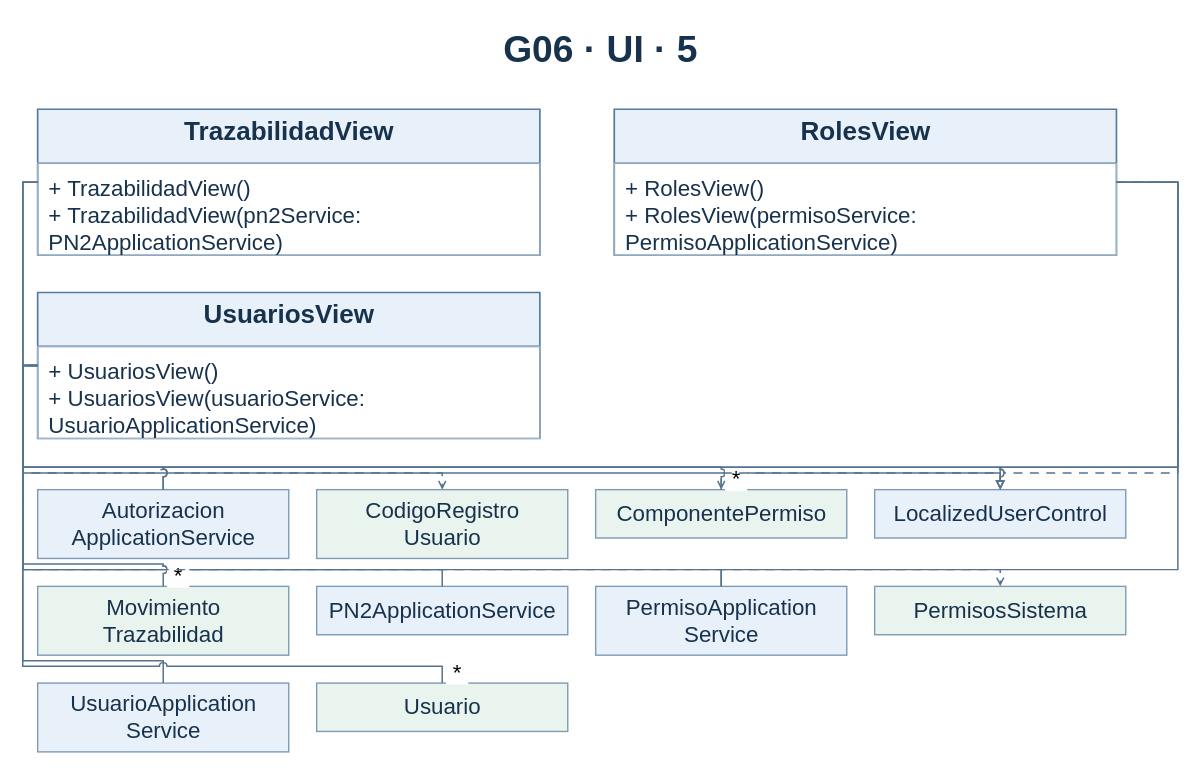
This is page "UI 5" (6 of 29) of Diagramas/Arquitectura/G06 - Clases completas por capa.drawio from juanNH/Ingenieria-de-Software, a draw.io file, before an edit. Source tidied: cells renumbered, new cells numbered last; positions are measured from the earlier drawing's top-left corner, leaving out a move shared by most shapes. Both pictures are drawn from the tidied source at 93%, with x=0, y=0 at pixel (19, 16).
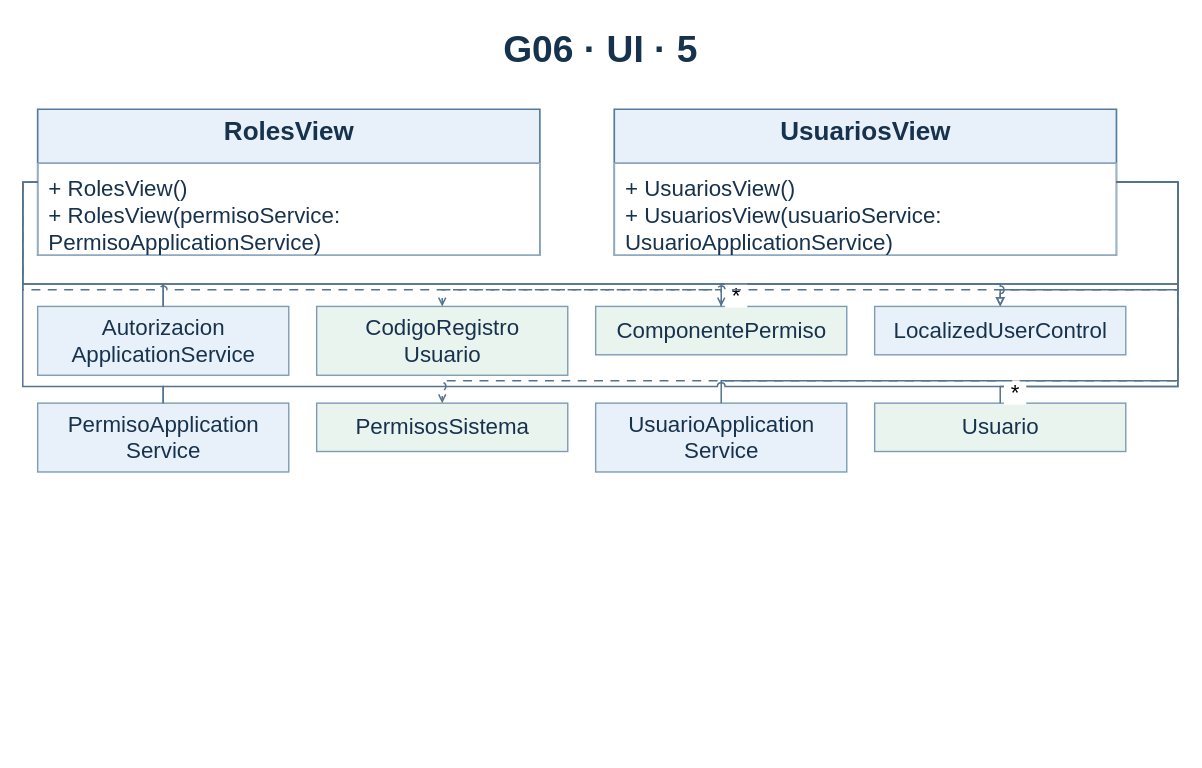
The same page after the edit.

Change to the diagram source:
```diff
@@
-    <mxCell id="3" value="TrazabilidadView" style="swimlane;horizontal=1;startSize=58;html=1;whiteSpace=nowrap;fontFamily=Arial;fontSize=28;fontStyle=1;fontColor=#17324D;strokeColor=#557B9C;strokeWidth=1.8;fillColor=#E8F1FA;swimlaneFillColor=#FFFFFF;align=center;verticalAlign=top;" parent="1" vertex="1">
-      <mxGeometry x="20" y="100" width="540" height="157" as="geometry" />
-    </mxCell>
-    <mxCell id="4" value="+ TrazabilidadView()&lt;br/&gt;+ TrazabilidadView(pn2Service:&lt;br/&gt;PN2ApplicationService)" style="text;strokeColor=#A7BACB;strokeWidth=1;fillColor=none;align=left;verticalAlign=top;spacingLeft=10;spacingRight=10;spacingTop=7;html=1;whiteSpace=nowrap;overflow=visible;fontFamily=Arial;fontSize=24;fontColor=#17324D;" parent="3" vertex="1">
-      <mxGeometry y="58" width="540" height="99" as="geometry" />
-    </mxCell>
     <mxCell id="5" value="RolesView" style="swimlane;horizontal=1;startSize=58;html=1;whiteSpace=nowrap;fontFamily=Arial;fontSize=28;fontStyle=1;fontColor=#17324D;strokeColor=#557B9C;strokeWidth=1.8;fillColor=#E8F1FA;swimlaneFillColor=#FFFFFF;align=center;verticalAlign=top;" parent="1" vertex="1">
-      <mxGeometry x="640" y="100" width="540" height="157" as="geometry" />
+      <mxGeometry x="20" y="100" width="540" height="157" as="geometry" />
     </mxCell>
@@
     <mxCell id="7" value="UsuariosView" style="swimlane;horizontal=1;startSize=58;html=1;whiteSpace=nowrap;fontFamily=Arial;fontSize=28;fontStyle=1;fontColor=#17324D;strokeColor=#557B9C;strokeWidth=1.8;fillColor=#E8F1FA;swimlaneFillColor=#FFFFFF;align=center;verticalAlign=top;" parent="1" vertex="1">
-      <mxGeometry x="20" y="297" width="540" height="157" as="geometry" />
+      <mxGeometry x="640" y="100" width="540" height="157" as="geometry" />
     </mxCell>
@@
     <mxCell id="9" value="Autorizacion&lt;br/&gt;ApplicationService" style="rounded=0;whiteSpace=nowrap;html=1;fontFamily=Arial;fontSize=24;fontColor=#17324D;strokeColor=#7E9BB3;strokeWidth=1.5;fillColor=#E8F1FA;align=center;verticalAlign=middle;spacing=8;" parent="1" vertex="1">
-      <mxGeometry x="20" y="509" width="270" height="74" as="geometry" />
+      <mxGeometry x="20" y="312" width="270" height="74" as="geometry" />
     </mxCell>
     <mxCell id="10" value="CodigoRegistro&lt;br/&gt;Usuario" style="rounded=0;whiteSpace=nowrap;html=1;fontFamily=Arial;fontSize=24;fontColor=#17324D;strokeColor=#7E9BB3;strokeWidth=1.5;fillColor=#EAF4EF;align=center;verticalAlign=middle;spacing=8;" parent="1" vertex="1">
-      <mxGeometry x="320" y="509" width="270" height="74" as="geometry" />
+      <mxGeometry x="320" y="312" width="270" height="74" as="geometry" />
     </mxCell>
     <mxCell id="11" value="ComponentePermiso" style="rounded=0;whiteSpace=nowrap;html=1;fontFamily=Arial;fontSize=24;fontColor=#17324D;strokeColor=#7E9BB3;strokeWidth=1.5;fillColor=#EAF4EF;align=center;verticalAlign=middle;spacing=8;" parent="1" vertex="1">
-      <mxGeometry x="620" y="509" width="270" height="52" as="geometry" />
+      <mxGeometry x="620" y="312" width="270" height="52" as="geometry" />
     </mxCell>
     <mxCell id="12" value="LocalizedUserControl" style="rounded=0;whiteSpace=nowrap;html=1;fontFamily=Arial;fontSize=24;fontColor=#17324D;strokeColor=#7E9BB3;strokeWidth=1.5;fillColor=#E8F1FA;align=center;verticalAlign=middle;spacing=8;" parent="1" vertex="1">
-      <mxGeometry x="920" y="509" width="270" height="52" as="geometry" />
+      <mxGeometry x="920" y="312" width="270" height="52" as="geometry" />
     </mxCell>
-    <mxCell id="13" value="Movimiento&lt;br/&gt;Trazabilidad" style="rounded=0;whiteSpace=nowrap;html=1;fontFamily=Arial;fontSize=24;fontColor=#17324D;strokeColor=#7E9BB3;strokeWidth=1.5;fillColor=#EAF4EF;align=center;verticalAlign=middle;spacing=8;" parent="1" vertex="1">
-      <mxGeometry x="20" y="613" width="270" height="74" as="geometry" />
-    </mxCell>
-    <mxCell id="14" value="PN2ApplicationService" style="rounded=0;whiteSpace=nowrap;html=1;fontFamily=Arial;fontSize=24;fontColor=#17324D;strokeColor=#7E9BB3;strokeWidth=1.5;fillColor=#E8F1FA;align=center;verticalAlign=middle;spacing=8;" parent="1" vertex="1">
-      <mxGeometry x="320" y="613" width="270" height="52" as="geometry" />
-    </mxCell>
     <mxCell id="15" value="PermisoApplication&lt;br/&gt;Service" style="rounded=0;whiteSpace=nowrap;html=1;fontFamily=Arial;fontSize=24;fontColor=#17324D;strokeColor=#7E9BB3;strokeWidth=1.5;fillColor=#E8F1FA;align=center;verticalAlign=middle;spacing=8;" parent="1" vertex="1">
-      <mxGeometry x="620" y="613" width="270" height="74" as="geometry" />
+      <mxGeometry x="20" y="416" width="270" height="74" as="geometry" />
     </mxCell>
     <mxCell id="16" value="PermisosSistema" style="rounded=0;whiteSpace=nowrap;html=1;fontFamily=Arial;fontSize=24;fontColor=#17324D;strokeColor=#7E9BB3;strokeWidth=1.5;fillColor=#EAF4EF;align=center;verticalAlign=middle;spacing=8;" parent="1" vertex="1">
-      <mxGeometry x="920" y="613" width="270" height="52" as="geometry" />
+      <mxGeometry x="320" y="416" width="270" height="52" as="geometry" />
     </mxCell>
     <mxCell id="17" value="UsuarioApplication&lt;br/&gt;Service" style="rounded=0;whiteSpace=nowrap;html=1;fontFamily=Arial;fontSize=24;fontColor=#17324D;strokeColor=#7E9BB3;strokeWidth=1.5;fillColor=#E8F1FA;align=center;verticalAlign=middle;spacing=8;" parent="1" vertex="1">
-      <mxGeometry x="20" y="717" width="270" height="74" as="geometry" />
+      <mxGeometry x="620" y="416" width="270" height="74" as="geometry" />
     </mxCell>
     <mxCell id="18" value="Usuario" style="rounded=0;whiteSpace=nowrap;html=1;fontFamily=Arial;fontSize=24;fontColor=#17324D;strokeColor=#7E9BB3;strokeWidth=1.5;fillColor=#EAF4EF;align=center;verticalAlign=middle;spacing=8;" parent="1" vertex="1">
-      <mxGeometry x="320" y="717" width="270" height="52" as="geometry" />
+      <mxGeometry x="920" y="416" width="270" height="52" as="geometry" />
     </mxCell>
-    <mxCell id="19" style="edgeStyle=orthogonalEdgeStyle;rounded=0;html=1;strokeColor=#55738D;strokeWidth=1.6;jumpStyle=arc;jumpSize=7;fontFamily=Arial;fontSize=24;labelBackgroundColor=#FFFFFF;endArrow=block;endFill=0;exitX=0;exitY=0.5;entryX=0.5;entryY=0;" parent="1" edge="1" source="7" target="12">
+    <mxCell id="19" style="edgeStyle=orthogonalEdgeStyle;rounded=0;html=1;strokeColor=#55738D;strokeWidth=1.6;jumpStyle=arc;jumpSize=7;fontFamily=Arial;fontSize=24;labelBackgroundColor=#FFFFFF;endArrow=block;endFill=0;exitX=1;exitY=0.5;entryX=0.5;entryY=0;" parent="1" edge="1" source="7" target="12">
       <mxGeometry relative="1" as="geometry">
         <Array as="points">
-          <mxPoint x="4" y="375.5" />
-          <mxPoint x="4" y="491" />
-          <mxPoint x="1055" y="491" />
+          <mxPoint x="1246" y="178.5" />
+          <mxPoint x="1246" y="294" />
+          <mxPoint x="1055" y="294" />
         </Array>
       </mxGeometry>
     </mxCell>
-    <mxCell id="20" style="edgeStyle=orthogonalEdgeStyle;rounded=0;html=1;strokeColor=#55738D;strokeWidth=1.6;jumpStyle=arc;jumpSize=7;fontFamily=Arial;fontSize=24;labelBackgroundColor=#FFFFFF;endArrow=none;exitX=0;exitY=0.5;entryX=0.5;entryY=0;" parent="1" edge="1" source="7" target="17">
+    <mxCell id="20" style="edgeStyle=orthogonalEdgeStyle;rounded=0;html=1;strokeColor=#55738D;strokeWidth=1.6;jumpStyle=arc;jumpSize=7;fontFamily=Arial;fontSize=24;labelBackgroundColor=#FFFFFF;endArrow=none;exitX=1;exitY=0.5;entryX=0.5;entryY=0;" parent="1" edge="1" source="7" target="17">
       <mxGeometry relative="1" as="geometry">
         <Array as="points">
-          <mxPoint x="4" y="375.5" />
-          <mxPoint x="4" y="693" />
-          <mxPoint x="155" y="693" />
+          <mxPoint x="1246" y="178.5" />
+          <mxPoint x="1246" y="392" />
+          <mxPoint x="755" y="392" />
         </Array>
       </mxGeometry>
     </mxCell>
-    <mxCell id="21" style="edgeStyle=orthogonalEdgeStyle;rounded=0;html=1;strokeColor=#55738D;strokeWidth=1.6;jumpStyle=arc;jumpSize=7;fontFamily=Arial;fontSize=24;labelBackgroundColor=#FFFFFF;endArrow=none;exitX=0;exitY=0.5;entryX=0.5;entryY=0;" parent="1" edge="1" source="7" target="15">
+    <mxCell id="21" style="edgeStyle=orthogonalEdgeStyle;rounded=0;html=1;strokeColor=#55738D;strokeWidth=1.6;jumpStyle=arc;jumpSize=7;fontFamily=Arial;fontSize=24;labelBackgroundColor=#FFFFFF;endArrow=none;exitX=1;exitY=0.5;entryX=0.5;entryY=0;" parent="1" edge="1" source="7" target="15">
       <mxGeometry relative="1" as="geometry">
         <Array as="points">
-          <mxPoint x="4" y="375.5" />
-          <mxPoint x="4" y="595" />
-          <mxPoint x="755" y="595" />
+          <mxPoint x="1246" y="178.5" />
+          <mxPoint x="1246" y="398" />
+          <mxPoint x="155" y="398" />
         </Array>
       </mxGeometry>
     </mxCell>
-    <mxCell id="22" style="edgeStyle=orthogonalEdgeStyle;rounded=0;html=1;strokeColor=#55738D;strokeWidth=1.6;jumpStyle=arc;jumpSize=7;fontFamily=Arial;fontSize=24;labelBackgroundColor=#FFFFFF;endArrow=none;exitX=0;exitY=0.5;entryX=0.5;entryY=0;" parent="1" edge="1" source="7" target="9">
+    <mxCell id="22" style="edgeStyle=orthogonalEdgeStyle;rounded=0;html=1;strokeColor=#55738D;strokeWidth=1.6;jumpStyle=arc;jumpSize=7;fontFamily=Arial;fontSize=24;labelBackgroundColor=#FFFFFF;endArrow=none;exitX=1;exitY=0.5;entryX=0.5;entryY=0;" parent="1" edge="1" source="7" target="9">
       <mxGeometry relative="1" as="geometry">
         <Array as="points">
-          <mxPoint x="4" y="375.5" />
-          <mxPoint x="4" y="485" />
-          <mxPoint x="155" y="485" />
+          <mxPoint x="1246" y="178.5" />
+          <mxPoint x="1246" y="288" />
+          <mxPoint x="155" y="288" />
         </Array>
       </mxGeometry>
     </mxCell>
-    <mxCell id="23" style="edgeStyle=orthogonalEdgeStyle;rounded=0;html=1;strokeColor=#55738D;strokeWidth=1.6;jumpStyle=arc;jumpSize=7;fontFamily=Arial;fontSize=24;labelBackgroundColor=#FFFFFF;endArrow=none;exitX=0;exitY=0.5;entryX=0.5;entryY=0;" parent="1" edge="1" source="7" target="18">
+    <mxCell id="23" style="edgeStyle=orthogonalEdgeStyle;rounded=0;html=1;strokeColor=#55738D;strokeWidth=1.6;jumpStyle=arc;jumpSize=7;fontFamily=Arial;fontSize=24;labelBackgroundColor=#FFFFFF;endArrow=none;exitX=1;exitY=0.5;entryX=0.5;entryY=0;" parent="1" edge="1" source="7" target="18">
       <mxGeometry relative="1" as="geometry">
         <Array as="points">
-          <mxPoint x="4" y="375.5" />
-          <mxPoint x="4" y="699" />
-          <mxPoint x="455" y="699" />
+          <mxPoint x="1246" y="178.5" />
+          <mxPoint x="1246" y="398" />
+          <mxPoint x="1055" y="398" />
         </Array>
       </mxGeometry>
     </mxCell>
@@
-    <mxCell id="25" style="edgeStyle=orthogonalEdgeStyle;rounded=0;html=1;strokeColor=#55738D;strokeWidth=1.6;jumpStyle=arc;jumpSize=7;fontFamily=Arial;fontSize=24;labelBackgroundColor=#FFFFFF;endArrow=none;exitX=0;exitY=0.5;entryX=0.5;entryY=0;" parent="1" edge="1" source="7" target="11">
+    <mxCell id="25" style="edgeStyle=orthogonalEdgeStyle;rounded=0;html=1;strokeColor=#55738D;strokeWidth=1.6;jumpStyle=arc;jumpSize=7;fontFamily=Arial;fontSize=24;labelBackgroundColor=#FFFFFF;endArrow=none;exitX=1;exitY=0.5;entryX=0.5;entryY=0;" parent="1" edge="1" source="7" target="11">
       <mxGeometry relative="1" as="geometry">
         <Array as="points">
-          <mxPoint x="4" y="375.5" />
-          <mxPoint x="4" y="485" />
-          <mxPoint x="755" y="485" />
+          <mxPoint x="1246" y="178.5" />
+          <mxPoint x="1246" y="288" />
+          <mxPoint x="755" y="288" />
         </Array>
       </mxGeometry>
     </mxCell>
@@
-    <mxCell id="27" style="edgeStyle=orthogonalEdgeStyle;rounded=0;html=1;strokeColor=#55738D;strokeWidth=1.6;jumpStyle=arc;jumpSize=7;fontFamily=Arial;fontSize=24;labelBackgroundColor=#FFFFFF;endArrow=open;endFill=0;dashed=1;dashPattern=6 5;exitX=0;exitY=0.5;entryX=0.5;entryY=0;" parent="1" edge="1" source="7" target="10">
+    <mxCell id="27" style="edgeStyle=orthogonalEdgeStyle;rounded=0;html=1;strokeColor=#55738D;strokeWidth=1.6;jumpStyle=arc;jumpSize=7;fontFamily=Arial;fontSize=24;labelBackgroundColor=#FFFFFF;endArrow=open;endFill=0;dashed=1;dashPattern=6 5;exitX=1;exitY=0.5;entryX=0.5;entryY=0;" parent="1" edge="1" source="7" target="10">
       <mxGeometry relative="1" as="geometry">
         <Array as="points">
-          <mxPoint x="4" y="375.5" />
-          <mxPoint x="4" y="491" />
-          <mxPoint x="455" y="491" />
+          <mxPoint x="1246" y="178.5" />
+          <mxPoint x="1246" y="294" />
+          <mxPoint x="455" y="294" />
         </Array>
       </mxGeometry>
     </mxCell>
-    <mxCell id="28" style="edgeStyle=orthogonalEdgeStyle;rounded=0;html=1;strokeColor=#55738D;strokeWidth=1.6;jumpStyle=arc;jumpSize=7;fontFamily=Arial;fontSize=24;labelBackgroundColor=#FFFFFF;endArrow=block;endFill=0;exitX=1;exitY=0.5;entryX=0.5;entryY=0;" parent="1" edge="1" source="5" target="12">
+    <mxCell id="28" style="edgeStyle=orthogonalEdgeStyle;rounded=0;html=1;strokeColor=#55738D;strokeWidth=1.6;jumpStyle=arc;jumpSize=7;fontFamily=Arial;fontSize=24;labelBackgroundColor=#FFFFFF;endArrow=block;endFill=0;exitX=0;exitY=0.5;entryX=0.5;entryY=0;" parent="1" edge="1" source="5" target="12">
       <mxGeometry relative="1" as="geometry">
         <Array as="points">
-          <mxPoint x="1246" y="178.5" />
-          <mxPoint x="1246" y="485" />
-          <mxPoint x="1055" y="485" />
+          <mxPoint x="4" y="178.5" />
+          <mxPoint x="4" y="288" />
+          <mxPoint x="1055" y="288" />
         </Array>
       </mxGeometry>
     </mxCell>
-    <mxCell id="29" style="edgeStyle=orthogonalEdgeStyle;rounded=0;html=1;strokeColor=#55738D;strokeWidth=1.6;jumpStyle=arc;jumpSize=7;fontFamily=Arial;fontSize=24;labelBackgroundColor=#FFFFFF;endArrow=none;exitX=1;exitY=0.5;entryX=0.5;entryY=0;" parent="1" edge="1" source="5" target="15">
+    <mxCell id="29" style="edgeStyle=orthogonalEdgeStyle;rounded=0;html=1;strokeColor=#55738D;strokeWidth=1.6;jumpStyle=arc;jumpSize=7;fontFamily=Arial;fontSize=24;labelBackgroundColor=#FFFFFF;endArrow=none;exitX=0;exitY=0.5;entryX=0.5;entryY=0;" parent="1" edge="1" source="5" target="15">
       <mxGeometry relative="1" as="geometry">
         <Array as="points">
-          <mxPoint x="1246" y="178.5" />
-          <mxPoint x="1246" y="595" />
-          <mxPoint x="755" y="595" />
+          <mxPoint x="4" y="178.5" />
+          <mxPoint x="4" y="398" />
+          <mxPoint x="155" y="398" />
         </Array>
       </mxGeometry>
     </mxCell>
-    <mxCell id="30" style="edgeStyle=orthogonalEdgeStyle;rounded=0;html=1;strokeColor=#55738D;strokeWidth=1.6;jumpStyle=arc;jumpSize=7;fontFamily=Arial;fontSize=24;labelBackgroundColor=#FFFFFF;endArrow=none;exitX=1;exitY=0.5;entryX=0.5;entryY=0;" parent="1" edge="1" source="5" target="9">
+    <mxCell id="30" style="edgeStyle=orthogonalEdgeStyle;rounded=0;html=1;strokeColor=#55738D;strokeWidth=1.6;jumpStyle=arc;jumpSize=7;fontFamily=Arial;fontSize=24;labelBackgroundColor=#FFFFFF;endArrow=none;exitX=0;exitY=0.5;entryX=0.5;entryY=0;" parent="1" edge="1" source="5" target="9">
       <mxGeometry relative="1" as="geometry">
         <Array as="points">
-          <mxPoint x="1246" y="178.5" />
-          <mxPoint x="1246" y="485" />
-          <mxPoint x="155" y="485" />
+          <mxPoint x="4" y="178.5" />
+          <mxPoint x="4" y="288" />
+          <mxPoint x="155" y="288" />
         </Array>
       </mxGeometry>
     </mxCell>
-    <mxCell id="31" style="edgeStyle=orthogonalEdgeStyle;rounded=0;html=1;strokeColor=#55738D;strokeWidth=1.6;jumpStyle=arc;jumpSize=7;fontFamily=Arial;fontSize=24;labelBackgroundColor=#FFFFFF;endArrow=open;endFill=0;dashed=1;dashPattern=6 5;exitX=1;exitY=0.5;entryX=0.5;entryY=0;" parent="1" edge="1" source="5" target="11">
+    <mxCell id="31" style="edgeStyle=orthogonalEdgeStyle;rounded=0;html=1;strokeColor=#55738D;strokeWidth=1.6;jumpStyle=arc;jumpSize=7;fontFamily=Arial;fontSize=24;labelBackgroundColor=#FFFFFF;endArrow=open;endFill=0;dashed=1;dashPattern=6 5;exitX=0;exitY=0.5;entryX=0.5;entryY=0;" parent="1" edge="1" source="5" target="11">
       <mxGeometry relative="1" as="geometry">
         <Array as="points">
-          <mxPoint x="1246" y="178.5" />
-          <mxPoint x="1246" y="491" />
-          <mxPoint x="755" y="491" />
+          <mxPoint x="4" y="178.5" />
+          <mxPoint x="4" y="294" />
+          <mxPoint x="755" y="294" />
         </Array>
       </mxGeometry>
     </mxCell>
-    <mxCell id="32" style="edgeStyle=orthogonalEdgeStyle;rounded=0;html=1;strokeColor=#55738D;strokeWidth=1.6;jumpStyle=arc;jumpSize=7;fontFamily=Arial;fontSize=24;labelBackgroundColor=#FFFFFF;endArrow=block;endFill=0;exitX=0;exitY=0.5;entryX=0.5;entryY=0;" parent="1" edge="1" source="3" target="12">
-      <mxGeometry relative="1" as="geometry">
-        <Array as="points">
-          <mxPoint x="4" y="178.5" />
-          <mxPoint x="4" y="485" />
-          <mxPoint x="1055" y="485" />
-        </Array>
-      </mxGeometry>
-    </mxCell>
-    <mxCell id="33" style="edgeStyle=orthogonalEdgeStyle;rounded=0;html=1;strokeColor=#55738D;strokeWidth=1.6;jumpStyle=arc;jumpSize=7;fontFamily=Arial;fontSize=24;labelBackgroundColor=#FFFFFF;endArrow=none;exitX=0;exitY=0.5;entryX=0.5;entryY=0;" parent="1" edge="1" source="3" target="14">
-      <mxGeometry relative="1" as="geometry">
-        <Array as="points">
-          <mxPoint x="4" y="178.5" />
-          <mxPoint x="4" y="595" />
-          <mxPoint x="455" y="595" />
-        </Array>
-      </mxGeometry>
-    </mxCell>
-    <mxCell id="34" style="edgeStyle=orthogonalEdgeStyle;rounded=0;html=1;strokeColor=#55738D;strokeWidth=1.6;jumpStyle=arc;jumpSize=7;fontFamily=Arial;fontSize=24;labelBackgroundColor=#FFFFFF;endArrow=none;exitX=0;exitY=0.5;entryX=0.5;entryY=0;" parent="1" edge="1" source="3" target="13">
-      <mxGeometry relative="1" as="geometry">
-        <Array as="points">
-          <mxPoint x="4" y="178.5" />
-          <mxPoint x="4" y="589" />
-          <mxPoint x="155" y="589" />
-        </Array>
-      </mxGeometry>
-    </mxCell>
-    <mxCell id="35" value="*" style="text;html=1;fontSize=24;fontFamily=Arial;strokeColor=none;fillColor=#FFFFFF;align=center;verticalAlign=middle;" parent="34" vertex="1">
-      <mxGeometry x="1" width="24" height="26" relative="1" as="geometry">
-        <mxPoint x="4" y="-25" as="offset" />
-      </mxGeometry>
-    </mxCell>
-    <mxCell id="36" style="edgeStyle=orthogonalEdgeStyle;rounded=0;html=1;strokeColor=#55738D;strokeWidth=1.6;jumpStyle=arc;jumpSize=7;fontFamily=Arial;fontSize=24;labelBackgroundColor=#FFFFFF;endArrow=open;endFill=0;dashed=1;dashPattern=6 5;exitX=0;exitY=0.5;entryX=0.5;entryY=0;" parent="1" edge="1" source="7" target="16">
+    <mxCell id="36" style="edgeStyle=orthogonalEdgeStyle;rounded=0;html=1;strokeColor=#55738D;strokeWidth=1.6;jumpStyle=arc;jumpSize=7;fontFamily=Arial;fontSize=24;labelBackgroundColor=#FFFFFF;endArrow=open;endFill=0;dashed=1;dashPattern=6 5;exitX=1;exitY=0.5;entryX=0.5;entryY=0;" parent="1" edge="1" source="7" target="16">
       <mxGeometry relative="1" as="geometry">
         <Array as="points">
-          <mxPoint x="4" y="375.5" />
-          <mxPoint x="4" y="595" />
-          <mxPoint x="1055" y="595" />
+          <mxPoint x="1246" y="178.5" />
+          <mxPoint x="1246" y="392" />
+          <mxPoint x="455" y="392" />
         </Array>
       </mxGeometry>
     </mxCell>
```
